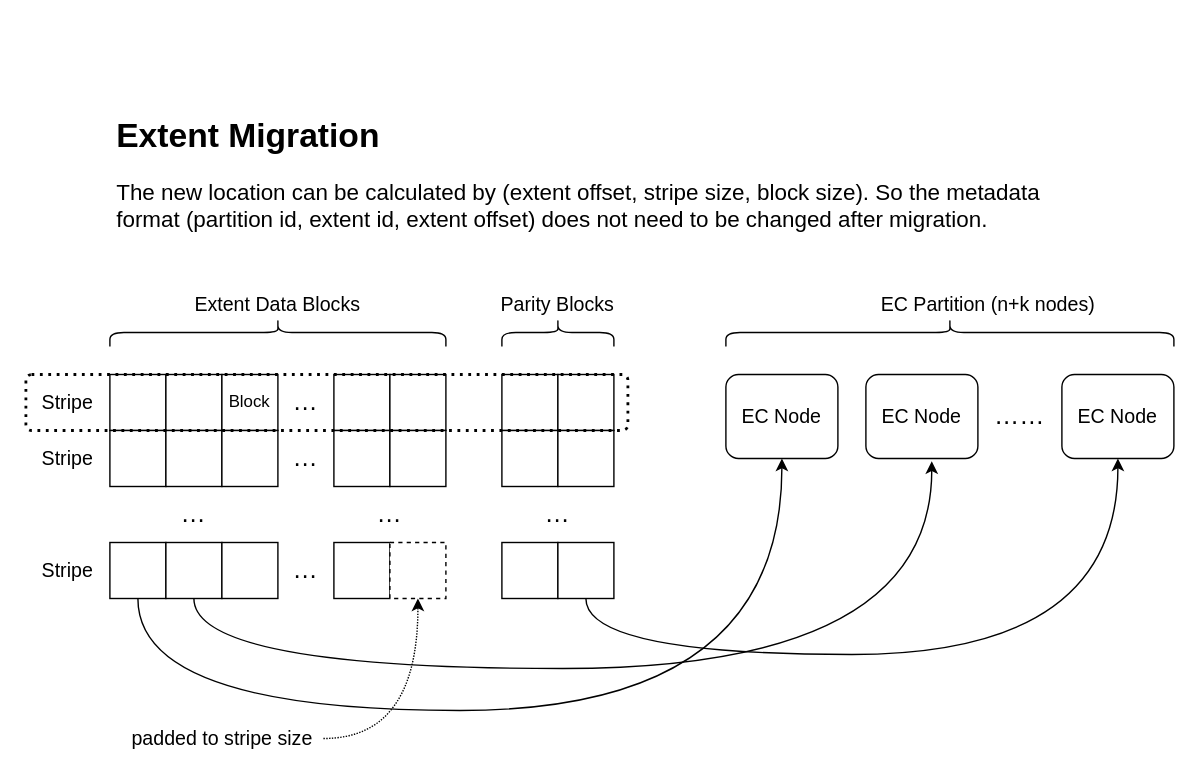
Before: chubaofs/chubaofs_ec_migration.drawio in shuoranliu/drawio, a draw.io diagram. Source tidied: cells renumbered, new cells numbered last; positions are measured from the earlier drawing's top-left corner, leaving out a move shared by most shapes. Both pictures are drawn from the tidied source at 140%, with x=0, y=0 at pixel (25, 108).
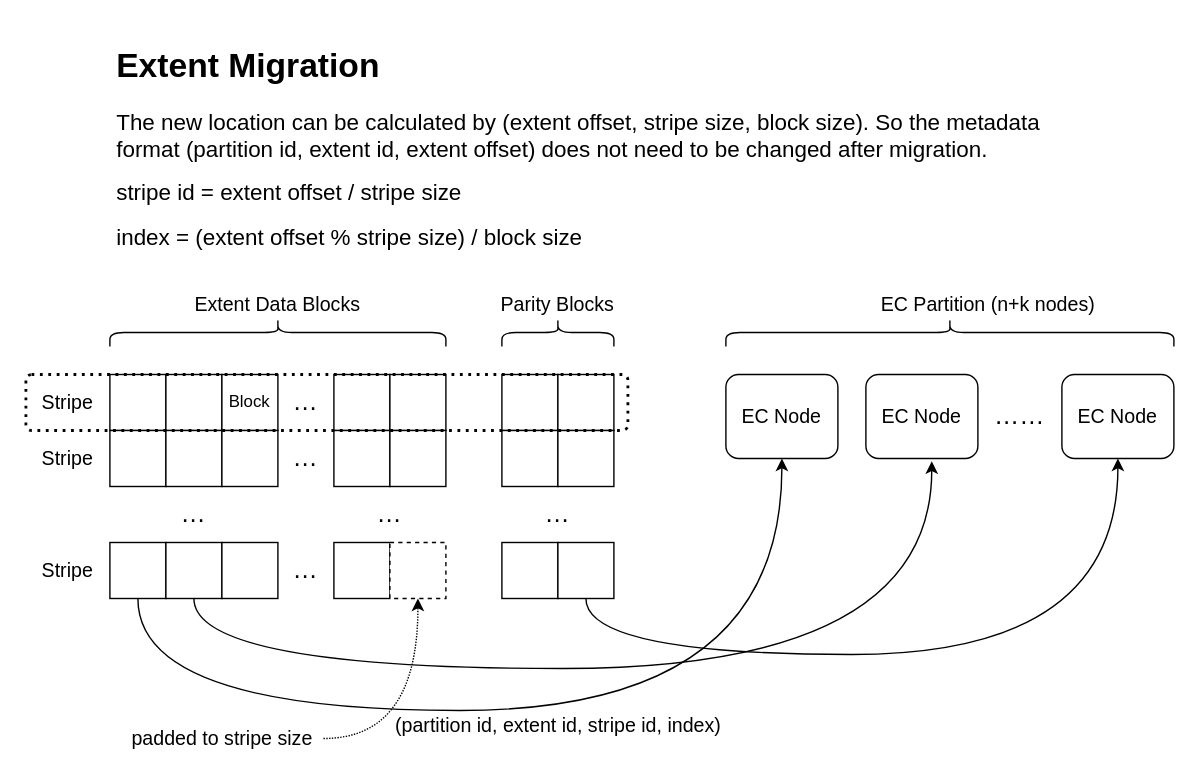
The same diagram, later.

Commit message:
update ec migration flow

Unchanged cells that the change refers to:
```xml
<mxCell id="10" style="edgeStyle=orthogonalEdgeStyle;jettySize=auto;html=1;entryX=0.5;entryY=1;entryDx=0;entryDy=0;endArrow=classic;endFill=1;exitX=0.5;exitY=1;exitDx=0;exitDy=0;curved=1;" parent="1" edge="1" source="11" target="19">
  <mxGeometry relative="1" as="geometry">
    <Array as="points">
      <mxPoint x="80" y="430" />
      <mxPoint x="540" y="430" />
    </Array>
  </mxGeometry>
</mxCell>
```

What changed in the source:
```diff
@@
+    <mxCell id="49" value="&lt;font style=&quot;font-size: 14px&quot;&gt;(partition id, extent id, stripe id, index)&lt;/font&gt;" style="text;html=1;align=center;verticalAlign=middle;labelBackgroundColor=#ffffff;" parent="10" vertex="1">
+      <mxGeometry x="0.03" y="5" relative="1" as="geometry">
+        <mxPoint x="8" y="15" as="offset" />
+      </mxGeometry>
+    </mxCell>
@@
-    <mxCell id="47" value="&lt;h1&gt;Extent Migration&lt;/h1&gt;&lt;p&gt;&lt;font style=&quot;font-size: 16px&quot;&gt;The new location can be calculated by (extent offset, stripe size, block size). So the metadata format (partition id, extent id, extent offset) does not need to be changed after migration.&lt;/font&gt;&lt;/p&gt;&lt;p&gt;&lt;/p&gt;" style="text;html=1;strokeColor=none;fillColor=none;spacing=5;spacingTop=-20;whiteSpace=wrap;overflow=hidden;rounded=0;" parent="1" vertex="1">
-      <mxGeometry x="60" width="710" height="130" as="geometry" />
+    <mxCell id="47" value="&lt;h1&gt;Extent Migration&lt;/h1&gt;&lt;p&gt;&lt;font style=&quot;font-size: 16px&quot;&gt;The new location can be calculated by (extent offset, stripe size, block size). So the metadata format (partition id, extent id, extent offset) does not need to be changed after migration.&lt;/font&gt;&lt;/p&gt;&lt;p&gt;&lt;font style=&quot;font-size: 16px&quot;&gt;stripe id = extent offset / stripe size&lt;/font&gt;&lt;/p&gt;&lt;p&gt;&lt;font style=&quot;font-size: 16px&quot;&gt;index = (extent offset % stripe size) / block size&lt;/font&gt;&lt;/p&gt;&lt;p&gt;&lt;/p&gt;" style="text;html=1;strokeColor=none;fillColor=none;spacing=5;spacingTop=-20;whiteSpace=wrap;overflow=hidden;rounded=0;" parent="1" vertex="1">
+      <mxGeometry x="60" y="-50" width="710" height="160" as="geometry" />
     </mxCell>
```
